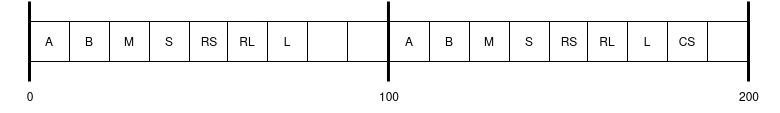
The draw.io diagram schedulers/arduino/B.drawio.png in CosminOctavianPetre/RTS-P1-Cyclic-Scheduling, before a commit. Source tidied: cells renumbered, new cells last; positions are measured from the earlier drawing's top-left corner, leaving out a move shared by most shapes. Source of this version:
```xml
<mxGraphModel>
  <root>
    <mxCell id="0" />
    <mxCell id="1" parent="0" />
    <mxCell id="2" value="B" style="rounded=0;whiteSpace=wrap;html=1;" parent="1" vertex="1">
      <mxGeometry x="69" y="20" width="40" height="40" as="geometry" />
    </mxCell>
    <mxCell id="3" value="A" style="rounded=0;whiteSpace=wrap;html=1;" parent="1" vertex="1">
      <mxGeometry x="29" y="20" width="40" height="40" as="geometry" />
    </mxCell>
    <mxCell id="4" style="endArrow=none;html=1;rounded=0;strokeWidth=3;strokeColor=default;" parent="1" edge="1">
      <mxGeometry relative="1" as="geometry">
        <mxPoint x="388" as="sourcePoint" />
        <mxPoint x="388" y="80" as="targetPoint" />
      </mxGeometry>
    </mxCell>
    <mxCell id="5" value="100" style="text;html=1;strokeColor=none;fillColor=none;align=center;verticalAlign=middle;whiteSpace=wrap;rounded=0;" parent="1" vertex="1">
      <mxGeometry x="359" y="80" width="60" height="30" as="geometry" />
    </mxCell>
    <mxCell id="6" value="200" style="text;html=1;strokeColor=none;fillColor=none;align=center;verticalAlign=middle;whiteSpace=wrap;rounded=0;" parent="1" vertex="1">
      <mxGeometry x="719" y="80" width="60" height="30" as="geometry" />
    </mxCell>
    <mxCell id="7" style="endArrow=none;html=1;rounded=0;strokeWidth=3;strokeColor=default;" parent="1" edge="1">
      <mxGeometry relative="1" as="geometry">
        <mxPoint x="29" as="sourcePoint" />
        <mxPoint x="29" y="80" as="targetPoint" />
      </mxGeometry>
    </mxCell>
    <mxCell id="8" style="endArrow=none;html=1;rounded=0;strokeWidth=3;strokeColor=default;" parent="1" edge="1">
      <mxGeometry relative="1" as="geometry">
        <mxPoint x="748" as="sourcePoint" />
        <mxPoint x="748" y="80" as="targetPoint" />
      </mxGeometry>
    </mxCell>
    <mxCell id="9" value="0" style="text;html=1;strokeColor=none;fillColor=none;align=center;verticalAlign=middle;whiteSpace=wrap;rounded=0;" parent="1" vertex="1">
      <mxGeometry y="80" width="60" height="30" as="geometry" />
    </mxCell>
    <mxCell id="10" value="M" style="rounded=0;whiteSpace=wrap;html=1;" parent="1" vertex="1">
      <mxGeometry x="109" y="20" width="40" height="40" as="geometry" />
    </mxCell>
    <mxCell id="11" value="S" style="rounded=0;whiteSpace=wrap;html=1;" parent="1" vertex="1">
      <mxGeometry x="149" y="20" width="40" height="40" as="geometry" />
    </mxCell>
    <mxCell id="12" value="RS" style="rounded=0;whiteSpace=wrap;html=1;" parent="1" vertex="1">
      <mxGeometry x="189" y="20" width="40" height="40" as="geometry" />
    </mxCell>
    <mxCell id="13" value="RL" style="rounded=0;whiteSpace=wrap;html=1;" parent="1" vertex="1">
      <mxGeometry x="227" y="20" width="40" height="40" as="geometry" />
    </mxCell>
    <mxCell id="14" style="rounded=0;whiteSpace=wrap;html=1;" parent="1" vertex="1">
      <mxGeometry x="347" y="20" width="40" height="40" as="geometry" />
    </mxCell>
    <mxCell id="15" style="rounded=0;whiteSpace=wrap;html=1;" parent="1" vertex="1">
      <mxGeometry x="307" y="20" width="40" height="40" as="geometry" />
    </mxCell>
    <mxCell id="16" value="L" style="rounded=0;whiteSpace=wrap;html=1;" parent="1" vertex="1">
      <mxGeometry x="267" y="20" width="40" height="40" as="geometry" />
    </mxCell>
    <mxCell id="17" value="B" style="rounded=0;whiteSpace=wrap;html=1;" parent="1" vertex="1">
      <mxGeometry x="429" y="20" width="40" height="40" as="geometry" />
    </mxCell>
    <mxCell id="18" value="A" style="rounded=0;whiteSpace=wrap;html=1;" parent="1" vertex="1">
      <mxGeometry x="389" y="20" width="40" height="40" as="geometry" />
    </mxCell>
    <mxCell id="19" value="M" style="rounded=0;whiteSpace=wrap;html=1;" parent="1" vertex="1">
      <mxGeometry x="469" y="20" width="40" height="40" as="geometry" />
    </mxCell>
    <mxCell id="20" value="S" style="rounded=0;whiteSpace=wrap;html=1;" parent="1" vertex="1">
      <mxGeometry x="509" y="20" width="40" height="40" as="geometry" />
    </mxCell>
    <mxCell id="21" value="RS" style="rounded=0;whiteSpace=wrap;html=1;" parent="1" vertex="1">
      <mxGeometry x="549" y="20" width="40" height="40" as="geometry" />
    </mxCell>
    <mxCell id="22" value="RL" style="rounded=0;whiteSpace=wrap;html=1;" parent="1" vertex="1">
      <mxGeometry x="587" y="20" width="40" height="40" as="geometry" />
    </mxCell>
    <mxCell id="23" style="rounded=0;whiteSpace=wrap;html=1;" parent="1" vertex="1">
      <mxGeometry x="707" y="20" width="40" height="40" as="geometry" />
    </mxCell>
    <mxCell id="24" value="CS" style="rounded=0;whiteSpace=wrap;html=1;" parent="1" vertex="1">
      <mxGeometry x="667" y="20" width="40" height="40" as="geometry" />
    </mxCell>
    <mxCell id="25" value="L" style="rounded=0;whiteSpace=wrap;html=1;" parent="1" vertex="1">
      <mxGeometry x="627" y="20" width="40" height="40" as="geometry" />
    </mxCell>
  </root>
</mxGraphModel>
```
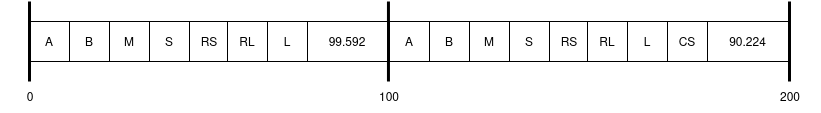
After the commit.

The edit, as a diff of the source:
```diff
@@ -18,7 +18,7 @@
       <mxGeometry x="359" y="80" width="60" height="30" as="geometry" />
     </mxCell>
     <mxCell id="6" value="200" style="text;html=1;strokeColor=none;fillColor=none;align=center;verticalAlign=middle;whiteSpace=wrap;rounded=0;" parent="1" vertex="1">
-      <mxGeometry x="719" y="80" width="60" height="30" as="geometry" />
+      <mxGeometry x="760" y="80" width="60" height="30" as="geometry" />
     </mxCell>
     <mxCell id="7" style="endArrow=none;html=1;rounded=0;strokeWidth=3;strokeColor=default;" parent="1" edge="1">
       <mxGeometry relative="1" as="geometry">
@@ -28,8 +28,8 @@
     </mxCell>
     <mxCell id="8" style="endArrow=none;html=1;rounded=0;strokeWidth=3;strokeColor=default;" parent="1" edge="1">
       <mxGeometry relative="1" as="geometry">
-        <mxPoint x="748" as="sourcePoint" />
-        <mxPoint x="748" y="80" as="targetPoint" />
+        <mxPoint x="789" as="sourcePoint" />
+        <mxPoint x="789" y="80" as="targetPoint" />
       </mxGeometry>
     </mxCell>
     <mxCell id="9" value="0" style="text;html=1;strokeColor=none;fillColor=none;align=center;verticalAlign=middle;whiteSpace=wrap;rounded=0;" parent="1" vertex="1">
@@ -47,11 +47,8 @@
     <mxCell id="13" value="RL" style="rounded=0;whiteSpace=wrap;html=1;" parent="1" vertex="1">
       <mxGeometry x="227" y="20" width="40" height="40" as="geometry" />
     </mxCell>
-    <mxCell id="14" style="rounded=0;whiteSpace=wrap;html=1;" parent="1" vertex="1">
-      <mxGeometry x="347" y="20" width="40" height="40" as="geometry" />
-    </mxCell>
-    <mxCell id="15" style="rounded=0;whiteSpace=wrap;html=1;" parent="1" vertex="1">
-      <mxGeometry x="307" y="20" width="40" height="40" as="geometry" />
+    <mxCell id="15" value="99.592" style="rounded=0;whiteSpace=wrap;html=1;" parent="1" vertex="1">
+      <mxGeometry x="307" y="20" width="80" height="40" as="geometry" />
     </mxCell>
     <mxCell id="16" value="L" style="rounded=0;whiteSpace=wrap;html=1;" parent="1" vertex="1">
       <mxGeometry x="267" y="20" width="40" height="40" as="geometry" />
@@ -74,8 +71,8 @@
     <mxCell id="22" value="RL" style="rounded=0;whiteSpace=wrap;html=1;" parent="1" vertex="1">
       <mxGeometry x="587" y="20" width="40" height="40" as="geometry" />
     </mxCell>
-    <mxCell id="23" style="rounded=0;whiteSpace=wrap;html=1;" parent="1" vertex="1">
-      <mxGeometry x="707" y="20" width="40" height="40" as="geometry" />
+    <mxCell id="23" value="90.224" style="rounded=0;whiteSpace=wrap;html=1;" parent="1" vertex="1">
+      <mxGeometry x="707" y="20" width="81" height="40" as="geometry" />
     </mxCell>
     <mxCell id="24" value="CS" style="rounded=0;whiteSpace=wrap;html=1;" parent="1" vertex="1">
       <mxGeometry x="667" y="20" width="40" height="40" as="geometry" />
```
